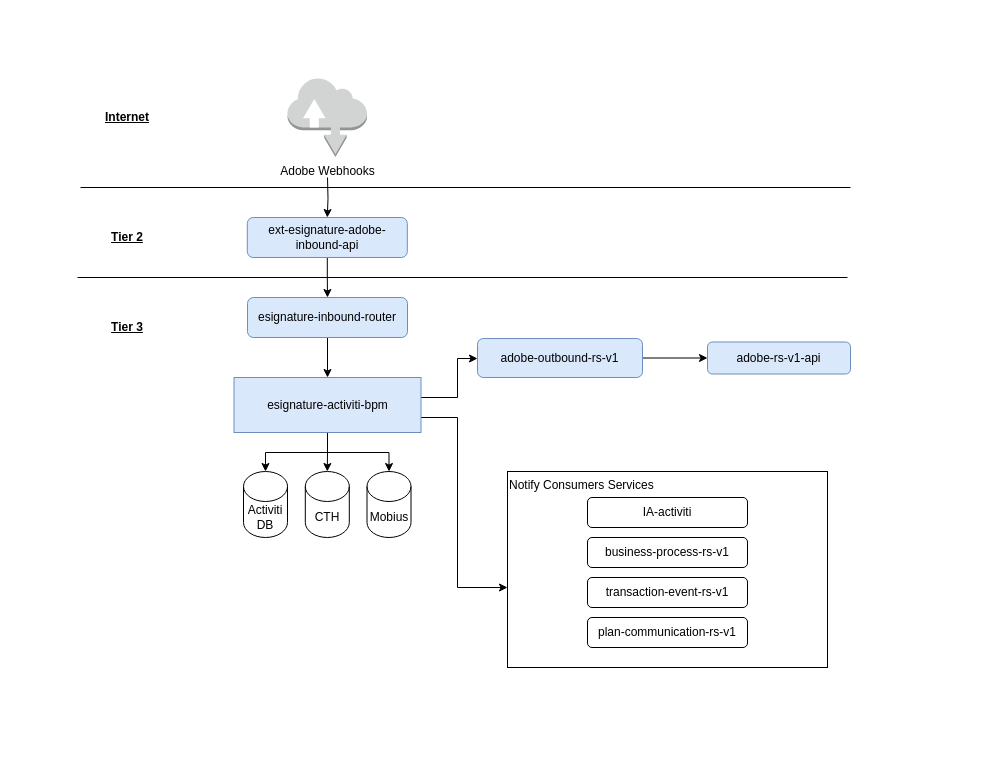
The draw.io diagram esign-inbound.drawio in Tayyabt120/app-diagrams, before the edit. Source tidied: cells renumbered, new cells numbered last; positions are measured from the earlier drawing's top-left corner, leaving out a move shared by most shapes. Both pictures are drawn from the tidied source at 100%, with x=0, y=0 at pixel (77, 77).
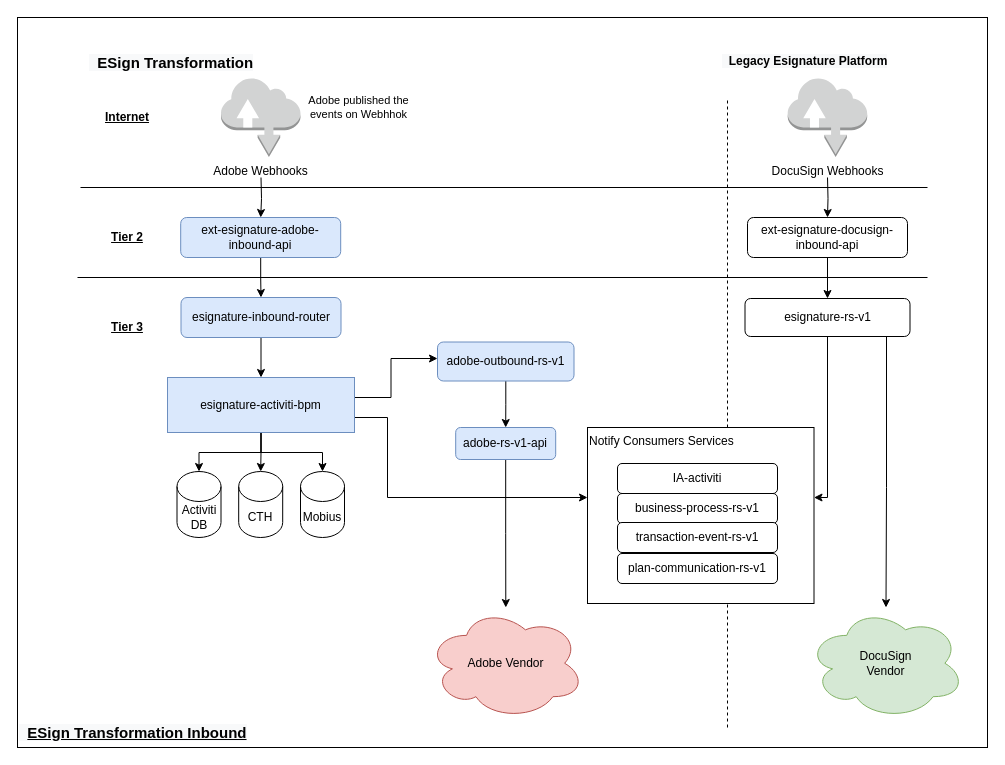
Above is the later version.

The edit, as a diff of the source:
```diff
@@
+    <mxCell id="30" style="rounded=0;whiteSpace=wrap;html=1;fontSize=11;align=center;" parent="1" vertex="1">
+      <mxGeometry x="-60" y="-60" width="970" height="730" as="geometry" />
+    </mxCell>
+    <mxCell id="31" style="endArrow=none;dashed=1;html=1;" parent="1" edge="1">
+      <mxGeometry relative="1" as="geometry">
+        <mxPoint x="650" y="650" as="sourcePoint" />
+        <mxPoint x="650" y="20" as="targetPoint" />
+      </mxGeometry>
+    </mxCell>
+    <mxCell id="24" value="Notify Consumers Services" style="rounded=0;whiteSpace=wrap;html=1;verticalAlign=top;align=left;" parent="1" vertex="1">
+      <mxGeometry x="510" y="350" width="226.5" height="176" as="geometry" />
+    </mxCell>
     <mxCell id="2" style="edgeStyle=orthogonalEdgeStyle;rounded=0;jettySize=auto;html=1;" parent="1" edge="1" target="8">
       <mxGeometry relative="1" as="geometry">
-        <mxPoint x="250" y="100" as="sourcePoint" />
+        <mxPoint x="183.5" y="100" as="sourcePoint" />
       </mxGeometry>
     </mxCell>
     <mxCell id="3" value="Adobe Webhooks" style="dashed=0;verticalLabelPosition=bottom;verticalAlign=top;align=center;html=1;shape=mxgraph.aws3.internet;fillColor=#D2D3D3;gradientColor=none;" parent="1" vertex="1">
-      <mxGeometry x="210" width="79.5" height="79.5" as="geometry" />
+      <mxGeometry x="143.5" width="79.5" height="79.5" as="geometry" />
     </mxCell>
     <mxCell id="4" style="endArrow=none;html=1;" parent="1" edge="1">
       <mxGeometry relative="1" as="geometry">
         <mxPoint x="3" y="110" as="sourcePoint" />
-        <mxPoint x="773" y="110" as="targetPoint" />
+        <mxPoint x="850" y="110" as="targetPoint" />
       </mxGeometry>
     </mxCell>
@@
     <mxCell id="6" style="endArrow=none;html=1;" parent="1" edge="1">
       <mxGeometry relative="1" as="geometry">
         <mxPoint y="200" as="sourcePoint" />
-        <mxPoint x="770" y="200" as="targetPoint" />
+        <mxPoint x="850" y="200" as="targetPoint" />
       </mxGeometry>
     </mxCell>
@@
     <mxCell id="8" value="ext-esignature-adobe-inbound-api" style="rounded=1;whiteSpace=wrap;html=1;fillColor=#dae8fc;strokeColor=#6c8ebf;" parent="1" vertex="1">
-      <mxGeometry x="169.8" y="140" width="160" height="40" as="geometry" />
+      <mxGeometry x="103.2" y="140" width="160" height="40" as="geometry" />
     </mxCell>
@@
     <mxCell id="12" value="esignature-inbound-router" style="rounded=1;whiteSpace=wrap;html=1;fillColor=#dae8fc;strokeColor=#6c8ebf;" parent="1" vertex="1">
-      <mxGeometry x="170" y="220" width="160" height="40" as="geometry" />
+      <mxGeometry x="103.5" y="220" width="160" height="40" as="geometry" />
     </mxCell>
@@
     <mxCell id="15" style="edgeStyle=orthogonalEdgeStyle;rounded=0;jettySize=auto;html=1;" parent="1" edge="1" source="18" target="22">
       <mxGeometry relative="1" as="geometry">
         <Array as="points">
-          <mxPoint x="380" y="320" />
-          <mxPoint x="380" y="281" />
+          <mxPoint x="313.5" y="320" />
+          <mxPoint x="313.5" y="281" />
         </Array>
       </mxGeometry>
     </mxCell>
+    <mxCell id="17" style="edgeStyle=orthogonalEdgeStyle;rounded=0;jettySize=auto;html=1;entryX=0.5;entryY=0;entryDx=0;entryDy=0;entryPerimeter=0;" parent="1" edge="1" source="18" target="29">
+      <mxGeometry relative="1" as="geometry" />
+    </mxCell>
-    <mxCell id="16" style="edgeStyle=orthogonalEdgeStyle;rounded=0;jettySize=auto;html=1;entryX=0;entryY=0.592;entryDx=0;entryDy=0;entryPerimeter=0;" parent="1" edge="1" source="18" target="24">
+    <mxCell id="16" style="edgeStyle=orthogonalEdgeStyle;rounded=0;jettySize=auto;html=1;" parent="1" edge="1" source="18" target="24">
       <mxGeometry relative="1" as="geometry">
         <Array as="points">
-          <mxPoint x="380" y="340" />
-          <mxPoint x="380" y="510" />
+          <mxPoint x="310" y="340" />
+          <mxPoint x="310" y="420" />
         </Array>
       </mxGeometry>
     </mxCell>
-    <mxCell id="17" style="edgeStyle=orthogonalEdgeStyle;rounded=0;jettySize=auto;html=1;entryX=0.5;entryY=0;entryDx=0;entryDy=0;entryPerimeter=0;" parent="1" edge="1" source="18" target="29">
-      <mxGeometry relative="1" as="geometry" />
-    </mxCell>
     <mxCell id="18" value="esignature-activiti-bpm" style="rounded=0;whiteSpace=wrap;html=1;fontSize=12;fillColor=#dae8fc;strokeColor=#6c8ebf;" parent="1" vertex="1">
-      <mxGeometry x="156.5" y="300" width="187" height="55" as="geometry" />
+      <mxGeometry x="90" y="300" width="187" height="55" as="geometry" />
     </mxCell>
     <mxCell id="19" value="CTH" style="shape=cylinder3;whiteSpace=wrap;html=1;boundedLbl=1;backgroundOutline=1;size=15;fontSize=12;align=center;" parent="1" vertex="1">
-      <mxGeometry x="227.8" y="394" width="44" height="66" as="geometry" />
+      <mxGeometry x="161.2" y="394" width="44" height="66" as="geometry" />
     </mxCell>
     <mxCell id="20" value="Mobius" style="shape=cylinder3;whiteSpace=wrap;html=1;boundedLbl=1;backgroundOutline=1;size=15;fontSize=12;align=center;" parent="1" vertex="1">
-      <mxGeometry x="289.5" y="394" width="44" height="66" as="geometry" />
+      <mxGeometry x="223" y="394" width="44" height="66" as="geometry" />
     </mxCell>
@@
     <mxCell id="22" value="adobe-outbound-rs-v1" style="rounded=1;whiteSpace=wrap;html=1;fontSize=12;align=center;fillColor=#dae8fc;strokeColor=#6c8ebf;" parent="1" vertex="1">
-      <mxGeometry x="400" y="261" width="165" height="39" as="geometry" />
+      <mxGeometry x="360" y="264.5" width="136.5" height="39" as="geometry" />
     </mxCell>
+    <mxCell id="32" style="edgeStyle=orthogonalEdgeStyle;rounded=0;jettySize=auto;html=1;" parent="1" edge="1" source="23" target="33">
+      <mxGeometry relative="1" as="geometry" />
+    </mxCell>
     <mxCell id="23" value="adobe-rs-v1-api" style="rounded=1;whiteSpace=wrap;html=1;fontSize=12;align=center;fillColor=#dae8fc;strokeColor=#6c8ebf;" parent="1" vertex="1">
-      <mxGeometry x="630" y="264.5" width="143" height="32" as="geometry" />
+      <mxGeometry x="378.2" y="350" width="100" height="32" as="geometry" />
     </mxCell>
-    <mxCell id="24" value="Notify Consumers Services" style="rounded=0;whiteSpace=wrap;html=1;verticalAlign=top;align=left;" parent="1" vertex="1">
-      <mxGeometry x="430" y="394" width="320" height="196" as="geometry" />
-    </mxCell>
-    <mxCell id="25" value="IA-activiti" style="rounded=1;whiteSpace=wrap;html=1;align=center;" parent="1" vertex="1">
-      <mxGeometry x="510" y="420" width="160" height="30" as="geometry" />
-    </mxCell>
     <mxCell id="26" value="business-process-rs-v1" style="rounded=1;whiteSpace=wrap;html=1;align=center;" parent="1" vertex="1">
-      <mxGeometry x="510" y="460" width="160" height="30" as="geometry" />
+      <mxGeometry x="540" y="416" width="160" height="30" as="geometry" />
     </mxCell>
     <mxCell id="27" value="transaction-event-rs-v1" style="rounded=1;whiteSpace=wrap;html=1;align=center;" parent="1" vertex="1">
-      <mxGeometry x="510" y="500" width="160" height="30" as="geometry" />
+      <mxGeometry x="540" y="445" width="160" height="30" as="geometry" />
     </mxCell>
     <mxCell id="28" value="plan-communication-rs-v1" style="rounded=1;whiteSpace=wrap;html=1;align=center;" parent="1" vertex="1">
-      <mxGeometry x="510" y="540" width="160" height="30" as="geometry" />
+      <mxGeometry x="540" y="476" width="160" height="30" as="geometry" />
     </mxCell>
     <mxCell id="29" value="Activiti&lt;br&gt;DB" style="shape=cylinder3;whiteSpace=wrap;html=1;boundedLbl=1;backgroundOutline=1;size=15;fontSize=12;align=center;" parent="1" vertex="1">
-      <mxGeometry x="166" y="394" width="44" height="66" as="geometry" />
+      <mxGeometry x="99.5" y="394" width="44" height="66" as="geometry" />
     </mxCell>
+    <mxCell id="33" value="Adobe Vendor" style="ellipse;shape=cloud;whiteSpace=wrap;html=1;fontSize=12;align=center;fillColor=#f8cecc;strokeColor=#b85450;" parent="1" vertex="1">
+      <mxGeometry x="349.8" y="530" width="157" height="111.5" as="geometry" />
+    </mxCell>
+    <mxCell id="34" style="edgeStyle=orthogonalEdgeStyle;rounded=0;jettySize=auto;html=1;" parent="1" edge="1" target="40">
+      <mxGeometry relative="1" as="geometry">
+        <mxPoint x="750" y="100" as="sourcePoint" />
+      </mxGeometry>
+    </mxCell>
+    <mxCell id="35" value="DocuSign Webhooks" style="dashed=0;verticalLabelPosition=bottom;verticalAlign=top;align=center;html=1;shape=mxgraph.aws3.internet;fillColor=#D2D3D3;gradientColor=none;" parent="1" vertex="1">
+      <mxGeometry x="710.2" width="79.5" height="79.5" as="geometry" />
+    </mxCell>
+    <mxCell id="36" style="edgeStyle=orthogonalEdgeStyle;rounded=0;jettySize=auto;html=1;" parent="1" edge="1" source="38" target="24">
+      <mxGeometry relative="1" as="geometry">
+        <Array as="points">
+          <mxPoint x="750" y="420" />
+        </Array>
+      </mxGeometry>
+    </mxCell>
+    <mxCell id="37" style="edgeStyle=orthogonalEdgeStyle;rounded=0;jettySize=auto;html=1;" parent="1" edge="1" source="38" target="41">
+      <mxGeometry relative="1" as="geometry">
+        <Array as="points">
+          <mxPoint x="809" y="410" />
+        </Array>
+      </mxGeometry>
+    </mxCell>
+    <mxCell id="38" value="esignature-rs-v1" style="rounded=1;whiteSpace=wrap;html=1;fontSize=12;" parent="1" vertex="1">
+      <mxGeometry x="667.5" y="221" width="165" height="38" as="geometry" />
+    </mxCell>
+    <mxCell id="39" style="edgeStyle=orthogonalEdgeStyle;rounded=0;jettySize=auto;html=1;" parent="1" edge="1" source="40" target="38">
+      <mxGeometry relative="1" as="geometry" />
+    </mxCell>
+    <mxCell id="40" value="ext-esignature-docusign-inbound-api" style="rounded=1;whiteSpace=wrap;html=1;" parent="1" vertex="1">
+      <mxGeometry x="670" y="140" width="160" height="40" as="geometry" />
+    </mxCell>
+    <mxCell id="41" value="DocuSign&lt;br&gt;Vendor" style="ellipse;shape=cloud;whiteSpace=wrap;html=1;fontSize=12;align=center;fillColor=#d5e8d4;strokeColor=#82b366;" parent="1" vertex="1">
+      <mxGeometry x="730" y="530" width="157" height="111.5" as="geometry" />
+    </mxCell>
+    <mxCell id="25" value="IA-activiti" style="rounded=1;whiteSpace=wrap;html=1;align=center;" parent="1" vertex="1">
+      <mxGeometry x="540" y="386" width="160" height="30" as="geometry" />
+    </mxCell>
+    <mxCell id="42" value="&lt;span style=&quot;color: rgb(0 , 0 , 0) ; font-family: &amp;#34;helvetica&amp;#34; ; font-size: 15px ; font-style: normal ; letter-spacing: normal ; text-align: left ; text-indent: 0px ; text-transform: none ; word-spacing: 0px ; background-color: rgb(248 , 249 , 250)&quot;&gt;&amp;nbsp;&amp;nbsp;&lt;/span&gt;&lt;span style=&quot;color: rgb(0 , 0 , 0) ; font-family: &amp;#34;helvetica&amp;#34; ; font-size: 15px ; font-style: normal ; letter-spacing: normal ; text-align: left ; text-indent: 0px ; text-transform: none ; word-spacing: 0px ; background-color: rgb(248 , 249 , 250) ; display: inline ; float: none&quot;&gt;ESign Transformation&lt;/span&gt;" style="text;whiteSpace=wrap;html=1;fontStyle=1;" parent="1" vertex="1">
+      <mxGeometry x="10" y="-30" width="190" height="30" as="geometry" />
+    </mxCell>
+    <mxCell id="43" value="&lt;b style=&quot;color: rgb(0, 0, 0); font-family: helvetica; font-size: 12px; font-style: normal; letter-spacing: normal; text-align: left; text-indent: 0px; text-transform: none; word-spacing: 0px; background-color: rgb(248, 249, 250);&quot;&gt;&amp;nbsp; Legacy&amp;nbsp;Esignature Platform&lt;/b&gt;" style="text;whiteSpace=wrap;html=1;" parent="1" vertex="1">
+      <mxGeometry x="642.5" y="-30" width="190" height="30" as="geometry" />
+    </mxCell>
+    <mxCell id="44" value="Adobe published the events on Webhhok" style="text;html=1;strokeColor=none;fillColor=none;align=center;verticalAlign=middle;whiteSpace=wrap;rounded=0;fontSize=11;" parent="1" vertex="1">
+      <mxGeometry x="230" y="20" width="103" height="20" as="geometry" />
+    </mxCell>
+    <mxCell id="45" value="&lt;span style=&quot;color: rgb(0 , 0 , 0) ; font-family: &amp;#34;helvetica&amp;#34; ; font-size: 15px ; font-style: normal ; letter-spacing: normal ; text-align: left ; text-indent: 0px ; text-transform: none ; word-spacing: 0px ; background-color: rgb(248 , 249 , 250) ; font-weight: normal&quot;&gt;&amp;nbsp;&lt;span&gt;&amp;nbsp;&lt;/span&gt;&lt;/span&gt;&lt;span style=&quot;color: rgb(0 , 0 , 0) ; font-family: &amp;#34;helvetica&amp;#34; ; font-size: 15px ; font-style: normal ; font-weight: 700 ; letter-spacing: normal ; text-align: left ; text-indent: 0px ; text-transform: none ; word-spacing: 0px ; background-color: rgb(248 , 249 , 250) ; text-decoration: underline ; display: inline ; float: none&quot;&gt;ESign Transformation Inbound&lt;/span&gt;" style="text;whiteSpace=wrap;html=1;" parent="1" vertex="1">
+      <mxGeometry x="-60" y="640" width="240" height="30" as="geometry" />
+    </mxCell>
```
